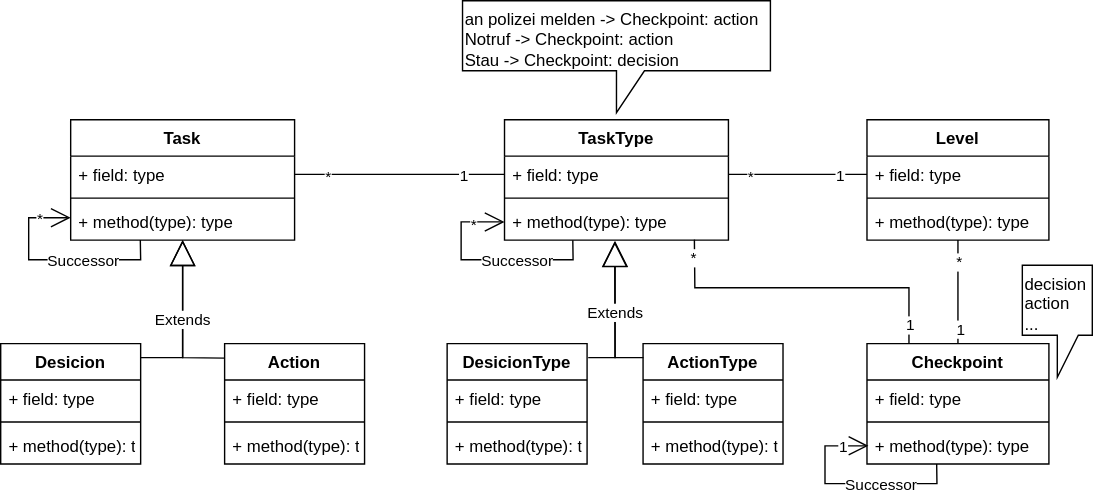
Above: doc/autonomy-uml.drawio.svg in KI-Cockpit/ai-cockpit-api (draw.io), before the change. Source tidied: cells renumbered, new cells last; positions are measured from the earlier drawing's top-left corner, leaving out a move shared by most shapes. Its diagram source:
```xml
<mxGraphModel>
  <root>
    <mxCell id="0" />
    <mxCell id="1" parent="0" />
    <mxCell id="2" value="Task" style="swimlane;fontStyle=1;align=center;verticalAlign=top;horizontal=1;startSize=26;" parent="1" vertex="1">
      <mxGeometry x="50" y="85" width="160" height="86" as="geometry" />
    </mxCell>
    <mxCell id="3" value="+ field: type" style="text;strokeColor=none;fillColor=none;align=left;verticalAlign=top;spacingLeft=4;spacingRight=4;overflow=hidden;points=[[0,0.5],[1,0.5]];portConstraint=eastwest;" parent="2" vertex="1">
      <mxGeometry y="26" width="160" height="26" as="geometry" />
    </mxCell>
    <mxCell id="4" style="line;strokeWidth=1;fillColor=none;align=left;verticalAlign=middle;spacingTop=-1;spacingLeft=3;spacingRight=3;labelPosition=right;strokeColor=inherit;" parent="2" vertex="1">
      <mxGeometry y="52" width="160" height="8" as="geometry" />
    </mxCell>
    <mxCell id="5" value="+ method(type): type" style="text;strokeColor=none;fillColor=none;align=left;verticalAlign=top;spacingLeft=4;spacingRight=4;overflow=hidden;points=[[0,0.5],[1,0.5]];portConstraint=eastwest;" parent="2" vertex="1">
      <mxGeometry y="60" width="160" height="26" as="geometry" />
    </mxCell>
    <mxCell id="6" style="endArrow=open;endFill=1;endSize=12;html=1;rounded=0;exitX=0.311;exitY=0.999;exitDx=0;exitDy=0;exitPerimeter=0;" parent="2" edge="1" source="5">
      <mxGeometry relative="1" as="geometry">
        <mxPoint y="70" as="targetPoint" />
        <Array as="points">
          <mxPoint x="50" y="100" />
          <mxPoint x="-30" y="100" />
          <mxPoint x="-30" y="70" />
        </Array>
      </mxGeometry>
    </mxCell>
    <mxCell id="7" value="Successor" style="edgeLabel;html=1;align=center;verticalAlign=middle;" parent="6" vertex="1">
      <mxGeometry x="-0.16" relative="1" as="geometry">
        <mxPoint x="8" as="offset" />
      </mxGeometry>
    </mxCell>
    <mxCell id="8" value="*" style="edgeLabel;html=1;align=center;verticalAlign=middle;fontColor=#000000;" parent="6" vertex="1">
      <mxGeometry x="0.71" relative="1" as="geometry" />
    </mxCell>
    <mxCell id="9" value="TaskType" style="swimlane;fontStyle=1;align=center;verticalAlign=top;horizontal=1;startSize=26;" parent="1" vertex="1">
      <mxGeometry x="360" y="85" width="160" height="86" as="geometry" />
    </mxCell>
    <mxCell id="10" value="+ field: type" style="text;strokeColor=none;fillColor=none;align=left;verticalAlign=top;spacingLeft=4;spacingRight=4;overflow=hidden;points=[[0,0.5],[1,0.5]];portConstraint=eastwest;" parent="9" vertex="1">
      <mxGeometry y="26" width="160" height="26" as="geometry" />
    </mxCell>
    <mxCell id="11" style="line;strokeWidth=1;fillColor=none;align=left;verticalAlign=middle;spacingTop=-1;spacingLeft=3;spacingRight=3;labelPosition=right;strokeColor=inherit;" parent="9" vertex="1">
      <mxGeometry y="52" width="160" height="8" as="geometry" />
    </mxCell>
    <mxCell id="12" value="+ method(type): type" style="text;strokeColor=none;fillColor=none;align=left;verticalAlign=top;spacingLeft=4;spacingRight=4;overflow=hidden;points=[[0,0.5],[1,0.5]];portConstraint=eastwest;" parent="9" vertex="1">
      <mxGeometry y="60" width="160" height="26" as="geometry" />
    </mxCell>
    <mxCell id="13" style="endArrow=open;endFill=1;endSize=12;html=1;rounded=0;entryX=0;entryY=0.5;entryDx=0;entryDy=0;exitX=0.305;exitY=1.001;exitDx=0;exitDy=0;exitPerimeter=0;" parent="9" edge="1" source="12" target="12">
      <mxGeometry relative="1" as="geometry">
        <Array as="points">
          <mxPoint x="49" y="100" />
          <mxPoint x="-31" y="100" />
          <mxPoint x="-31" y="73" />
        </Array>
      </mxGeometry>
    </mxCell>
    <mxCell id="14" value="Successor" style="edgeLabel;html=1;align=center;verticalAlign=middle;" parent="13" vertex="1">
      <mxGeometry x="-0.09" relative="1" as="geometry">
        <mxPoint x="15" as="offset" />
      </mxGeometry>
    </mxCell>
    <mxCell id="15" value="&lt;font color=&quot;#000000&quot;&gt;*&lt;/font&gt;" style="edgeLabel;html=1;align=center;verticalAlign=middle;fontColor=#FF0000;" parent="13" vertex="1">
      <mxGeometry x="0.7" y="-1" relative="1" as="geometry" />
    </mxCell>
    <mxCell id="16" value="Level" style="swimlane;fontStyle=1;align=center;verticalAlign=top;horizontal=1;startSize=26;" parent="1" vertex="1">
      <mxGeometry x="619" y="85" width="130" height="86" as="geometry" />
    </mxCell>
    <mxCell id="17" value="+ field: type" style="text;strokeColor=none;fillColor=none;align=left;verticalAlign=top;spacingLeft=4;spacingRight=4;overflow=hidden;points=[[0,0.5],[1,0.5]];portConstraint=eastwest;" parent="16" vertex="1">
      <mxGeometry y="26" width="130" height="26" as="geometry" />
    </mxCell>
    <mxCell id="18" style="line;strokeWidth=1;fillColor=none;align=left;verticalAlign=middle;spacingTop=-1;spacingLeft=3;spacingRight=3;labelPosition=right;strokeColor=inherit;" parent="16" vertex="1">
      <mxGeometry y="52" width="130" height="8" as="geometry" />
    </mxCell>
    <mxCell id="19" value="+ method(type): type" style="text;strokeColor=none;fillColor=none;align=left;verticalAlign=top;spacingLeft=4;spacingRight=4;overflow=hidden;points=[[0,0.5],[1,0.5]];portConstraint=eastwest;" parent="16" vertex="1">
      <mxGeometry y="60" width="130" height="26" as="geometry" />
    </mxCell>
    <mxCell id="20" value="Checkpoint" style="swimlane;fontStyle=1;align=center;verticalAlign=top;horizontal=1;startSize=26;" parent="1" vertex="1">
      <mxGeometry x="619" y="245" width="130" height="86" as="geometry" />
    </mxCell>
    <mxCell id="21" value="+ field: type" style="text;strokeColor=none;fillColor=none;align=left;verticalAlign=top;spacingLeft=4;spacingRight=4;overflow=hidden;" parent="20" vertex="1">
      <mxGeometry y="26" width="130" height="26" as="geometry" />
    </mxCell>
    <mxCell id="22" style="line;strokeWidth=1;fillColor=none;align=left;verticalAlign=middle;spacingTop=-1;spacingLeft=3;spacingRight=3;labelPosition=right;strokeColor=inherit;" parent="20" vertex="1">
      <mxGeometry y="52" width="130" height="8" as="geometry" />
    </mxCell>
    <mxCell id="23" value="+ method(type): type" style="text;strokeColor=none;fillColor=none;align=left;verticalAlign=top;spacingLeft=4;spacingRight=4;overflow=hidden;" parent="20" vertex="1">
      <mxGeometry y="60" width="130" height="26" as="geometry" />
    </mxCell>
    <mxCell id="24" value="Desicion" style="swimlane;fontStyle=1;align=center;verticalAlign=top;horizontal=1;startSize=26;" parent="1" vertex="1">
      <mxGeometry y="245" width="100" height="86" as="geometry" />
    </mxCell>
    <mxCell id="25" value="+ field: type" style="text;strokeColor=none;fillColor=none;align=left;verticalAlign=top;spacingLeft=4;spacingRight=4;overflow=hidden;" parent="24" vertex="1">
      <mxGeometry y="26" width="100" height="26" as="geometry" />
    </mxCell>
    <mxCell id="26" style="line;strokeWidth=1;fillColor=none;align=left;verticalAlign=middle;spacingTop=-1;spacingLeft=3;spacingRight=3;labelPosition=right;strokeColor=inherit;" parent="24" vertex="1">
      <mxGeometry y="52" width="100" height="8" as="geometry" />
    </mxCell>
    <mxCell id="27" value="+ method(type): type" style="text;strokeColor=none;fillColor=none;align=left;verticalAlign=top;spacingLeft=4;spacingRight=4;overflow=hidden;" parent="24" vertex="1">
      <mxGeometry y="60" width="100" height="26" as="geometry" />
    </mxCell>
    <mxCell id="28" value="DesicionType" style="swimlane;fontStyle=1;align=center;verticalAlign=top;horizontal=1;startSize=26;" parent="1" vertex="1">
      <mxGeometry x="319" y="245" width="100" height="86" as="geometry" />
    </mxCell>
    <mxCell id="29" value="+ field: type" style="text;strokeColor=none;fillColor=none;align=left;verticalAlign=top;spacingLeft=4;spacingRight=4;overflow=hidden;" parent="28" vertex="1">
      <mxGeometry y="26" width="100" height="26" as="geometry" />
    </mxCell>
    <mxCell id="30" style="line;strokeWidth=1;fillColor=none;align=left;verticalAlign=middle;spacingTop=-1;spacingLeft=3;spacingRight=3;labelPosition=right;strokeColor=inherit;" parent="28" vertex="1">
      <mxGeometry y="52" width="100" height="8" as="geometry" />
    </mxCell>
    <mxCell id="31" value="+ method(type): type" style="text;strokeColor=none;fillColor=none;align=left;verticalAlign=top;spacingLeft=4;spacingRight=4;overflow=hidden;" parent="28" vertex="1">
      <mxGeometry y="60" width="100" height="26" as="geometry" />
    </mxCell>
    <mxCell id="32" value="ActionType" style="swimlane;fontStyle=1;align=center;verticalAlign=top;horizontal=1;startSize=26;" parent="1" vertex="1">
      <mxGeometry x="459" y="245" width="100" height="86" as="geometry" />
    </mxCell>
    <mxCell id="33" value="+ field: type" style="text;strokeColor=none;fillColor=none;align=left;verticalAlign=top;spacingLeft=4;spacingRight=4;overflow=hidden;" parent="32" vertex="1">
      <mxGeometry y="26" width="100" height="26" as="geometry" />
    </mxCell>
    <mxCell id="34" style="line;strokeWidth=1;fillColor=none;align=left;verticalAlign=middle;spacingTop=-1;spacingLeft=3;spacingRight=3;labelPosition=right;strokeColor=inherit;" parent="32" vertex="1">
      <mxGeometry y="52" width="100" height="8" as="geometry" />
    </mxCell>
    <mxCell id="35" value="+ method(type): type" style="text;strokeColor=none;fillColor=none;align=left;verticalAlign=top;spacingLeft=4;spacingRight=4;overflow=hidden;" parent="32" vertex="1">
      <mxGeometry y="60" width="100" height="26" as="geometry" />
    </mxCell>
    <mxCell id="36" value="Action" style="swimlane;fontStyle=1;align=center;verticalAlign=top;horizontal=1;startSize=26;" parent="1" vertex="1">
      <mxGeometry x="160" y="245" width="100" height="86" as="geometry" />
    </mxCell>
    <mxCell id="37" value="+ field: type" style="text;strokeColor=none;fillColor=none;align=left;verticalAlign=top;spacingLeft=4;spacingRight=4;overflow=hidden;" parent="36" vertex="1">
      <mxGeometry y="26" width="100" height="26" as="geometry" />
    </mxCell>
    <mxCell id="38" style="line;strokeWidth=1;fillColor=none;align=left;verticalAlign=middle;spacingTop=-1;spacingLeft=3;spacingRight=3;labelPosition=right;strokeColor=inherit;" parent="36" vertex="1">
      <mxGeometry y="52" width="100" height="8" as="geometry" />
    </mxCell>
    <mxCell id="39" value="+ method(type): type" style="text;strokeColor=none;fillColor=none;align=left;verticalAlign=top;spacingLeft=4;spacingRight=4;overflow=hidden;" parent="36" vertex="1">
      <mxGeometry y="60" width="100" height="26" as="geometry" />
    </mxCell>
    <mxCell id="40" value="Extends" style="endArrow=block;endSize=16;endFill=0;html=1;exitX=1;exitY=0.116;exitDx=0;exitDy=0;exitPerimeter=0;rounded=0;" parent="1" edge="1" source="24" target="5">
      <mxGeometry relative="1" as="geometry">
        <Array as="points">
          <mxPoint x="130" y="255" />
        </Array>
      </mxGeometry>
    </mxCell>
    <mxCell id="41" value="Extends" style="endArrow=block;endSize=16;endFill=0;html=1;rounded=0;exitX=0.003;exitY=0.12;exitDx=0;exitDy=0;exitPerimeter=0;" parent="1" edge="1" source="36" target="5">
      <mxGeometry relative="1" as="geometry">
        <Array as="points">
          <mxPoint x="130" y="255" />
        </Array>
      </mxGeometry>
    </mxCell>
    <mxCell id="42" value="Extends" style="endArrow=block;endSize=16;endFill=0;html=1;rounded=0;exitX=1.008;exitY=0.116;exitDx=0;exitDy=0;exitPerimeter=0;entryX=0.494;entryY=1.026;entryDx=0;entryDy=0;entryPerimeter=0;" parent="1" edge="1" source="28" target="12">
      <mxGeometry relative="1" as="geometry">
        <Array as="points">
          <mxPoint x="439" y="255" />
        </Array>
      </mxGeometry>
    </mxCell>
    <mxCell id="43" value="Extends" style="endArrow=block;endSize=16;endFill=0;html=1;rounded=0;exitX=0.003;exitY=0.116;exitDx=0;exitDy=0;exitPerimeter=0;entryX=0.492;entryY=1.032;entryDx=0;entryDy=0;entryPerimeter=0;" parent="1" edge="1" source="32" target="12">
      <mxGeometry relative="1" as="geometry">
        <Array as="points">
          <mxPoint x="439" y="255" />
        </Array>
      </mxGeometry>
    </mxCell>
    <mxCell id="44" style="endArrow=none;endFill=0;endSize=12;html=1;rounded=0;entryX=1;entryY=0.5;entryDx=0;entryDy=0;strokeWidth=1;" parent="1" edge="1" source="17" target="10">
      <mxGeometry relative="1" as="geometry" />
    </mxCell>
    <mxCell id="45" value="1" style="edgeLabel;html=1;align=center;verticalAlign=middle;" parent="44" vertex="1">
      <mxGeometry x="-0.6" relative="1" as="geometry" />
    </mxCell>
    <mxCell id="46" value="*" style="edgeLabel;html=1;align=center;verticalAlign=middle;" parent="44" vertex="1">
      <mxGeometry x="0.69" y="1" relative="1" as="geometry" />
    </mxCell>
    <mxCell id="47" style="endArrow=none;endFill=0;endSize=12;html=1;rounded=0;entryX=0.5;entryY=0;entryDx=0;entryDy=0;strokeWidth=1;" parent="1" edge="1" source="19" target="20">
      <mxGeometry relative="1" as="geometry" />
    </mxCell>
    <mxCell id="48" value="*" style="edgeLabel;html=1;align=center;verticalAlign=middle;" parent="47" vertex="1">
      <mxGeometry x="-0.6" relative="1" as="geometry" />
    </mxCell>
    <mxCell id="49" value="1" style="edgeLabel;html=1;align=center;verticalAlign=middle;" parent="47" vertex="1">
      <mxGeometry x="0.69" y="1" relative="1" as="geometry" />
    </mxCell>
    <mxCell id="50" style="endArrow=none;endFill=0;endSize=12;html=1;rounded=0;entryX=1;entryY=0.5;entryDx=0;entryDy=0;strokeWidth=1;exitX=0;exitY=0.5;exitDx=0;exitDy=0;" parent="1" edge="1" source="10" target="3">
      <mxGeometry relative="1" as="geometry" />
    </mxCell>
    <mxCell id="51" value="1" style="edgeLabel;html=1;align=center;verticalAlign=middle;" parent="50" vertex="1">
      <mxGeometry x="-0.6" relative="1" as="geometry" />
    </mxCell>
    <mxCell id="52" value="*" style="edgeLabel;html=1;align=center;verticalAlign=middle;" parent="50" vertex="1">
      <mxGeometry x="0.69" y="1" relative="1" as="geometry" />
    </mxCell>
    <mxCell id="53" style="endArrow=none;endFill=0;endSize=12;html=1;rounded=0;entryX=0.848;entryY=0.987;entryDx=0;entryDy=0;strokeWidth=1;strokeColor=#000000;fontColor=#000000;entryPerimeter=0;" parent="1" edge="1" target="12">
      <mxGeometry relative="1" as="geometry">
        <mxPoint x="649" y="245" as="sourcePoint" />
        <Array as="points">
          <mxPoint x="649" y="205" />
          <mxPoint x="496" y="205" />
        </Array>
      </mxGeometry>
    </mxCell>
    <mxCell id="54" value="*" style="edgeLabel;html=1;align=center;verticalAlign=middle;fontColor=#000000;" parent="53" vertex="1">
      <mxGeometry x="0.69" y="1" relative="1" as="geometry">
        <mxPoint x="-1" y="-22" as="offset" />
      </mxGeometry>
    </mxCell>
    <mxCell id="55" value="1" style="edgeLabel;html=1;align=center;verticalAlign=middle;fontColor=#000000;" parent="53" vertex="1">
      <mxGeometry x="-0.88" relative="1" as="geometry" />
    </mxCell>
    <mxCell id="56" style="endArrow=open;endFill=1;endSize=12;html=1;rounded=0;entryX=0;entryY=0.5;entryDx=0;entryDy=0;exitX=0.305;exitY=1.001;exitDx=0;exitDy=0;exitPerimeter=0;fontColor=#FF0000;strokeColor=#000000;" parent="1" edge="1">
      <mxGeometry relative="1" as="geometry">
        <mxPoint x="668.8" y="331" as="sourcePoint" />
        <mxPoint x="620" y="318" as="targetPoint" />
        <Array as="points">
          <mxPoint x="669" y="345" />
          <mxPoint x="589" y="345" />
          <mxPoint x="589" y="318" />
        </Array>
      </mxGeometry>
    </mxCell>
    <mxCell id="57" value="Successor" style="edgeLabel;html=1;align=center;verticalAlign=middle;fontColor=#000000;" parent="56" vertex="1">
      <mxGeometry x="-0.09" relative="1" as="geometry">
        <mxPoint x="15" as="offset" />
      </mxGeometry>
    </mxCell>
    <mxCell id="58" value="1" style="edgeLabel;html=1;align=center;verticalAlign=middle;fontColor=#000000;" parent="56" vertex="1">
      <mxGeometry x="0.72" y="-1" relative="1" as="geometry">
        <mxPoint x="2" y="-1" as="offset" />
      </mxGeometry>
    </mxCell>
    <mxCell id="59" value="an polizei melden -&amp;gt; Checkpoint: action&lt;br&gt;Notruf -&amp;gt; Checkpoint: action&lt;br&gt;Stau -&amp;gt; Checkpoint: decision" style="shape=callout;whiteSpace=wrap;html=1;perimeter=calloutPerimeter;fontColor=#000000;align=left;verticalAlign=top;" parent="1" vertex="1">
      <mxGeometry x="330" width="220" height="80" as="geometry" />
    </mxCell>
    <mxCell id="60" value="decision&lt;br&gt;action&lt;br&gt;..." style="shape=callout;whiteSpace=wrap;html=1;perimeter=calloutPerimeter;fontColor=#000000;align=left;verticalAlign=top;base=15;" parent="1" vertex="1">
      <mxGeometry x="730" y="189" width="50" height="80" as="geometry" />
    </mxCell>
  </root>
</mxGraphModel>
```
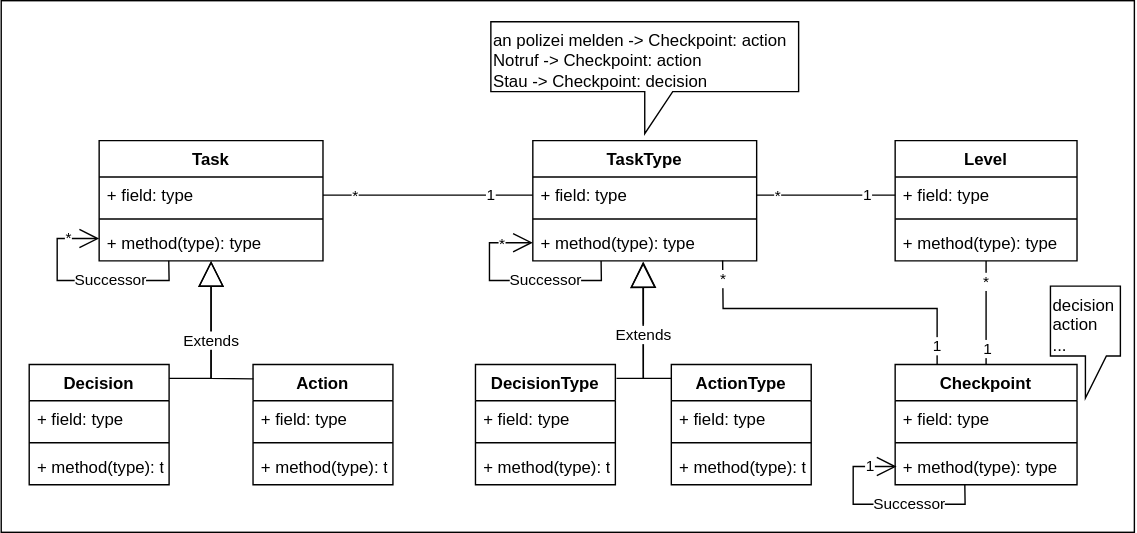
Above is the later version.

Change to the diagram source:
```diff
@@ -1,6 +1,10 @@
 <mxGraphModel>
   <root>
     <mxCell id="0" />
+    <mxCell id="61" value="Unbenannte Ebene" parent="0" />
+    <mxCell id="62" style="rounded=0;whiteSpace=wrap;html=1;" parent="61" vertex="1">
+      <mxGeometry x="-20" y="-15" width="810" height="380" as="geometry" />
+    </mxCell>
     <mxCell id="1" parent="0" />
     <mxCell id="2" value="Task" style="swimlane;fontStyle=1;align=center;verticalAlign=top;horizontal=1;startSize=26;" parent="1" vertex="1">
       <mxGeometry x="50" y="85" width="160" height="86" as="geometry" />
@@ -85,7 +89,7 @@
     <mxCell id="23" value="+ method(type): type" style="text;strokeColor=none;fillColor=none;align=left;verticalAlign=top;spacingLeft=4;spacingRight=4;overflow=hidden;" parent="20" vertex="1">
       <mxGeometry y="60" width="130" height="26" as="geometry" />
     </mxCell>
-    <mxCell id="24" value="Desicion" style="swimlane;fontStyle=1;align=center;verticalAlign=top;horizontal=1;startSize=26;" parent="1" vertex="1">
+    <mxCell id="24" value="Decision" style="swimlane;fontStyle=1;align=center;verticalAlign=top;horizontal=1;startSize=26;" parent="1" vertex="1">
       <mxGeometry y="245" width="100" height="86" as="geometry" />
     </mxCell>
     <mxCell id="25" value="+ field: type" style="text;strokeColor=none;fillColor=none;align=left;verticalAlign=top;spacingLeft=4;spacingRight=4;overflow=hidden;" parent="24" vertex="1">
@@ -97,7 +101,7 @@
     <mxCell id="27" value="+ method(type): type" style="text;strokeColor=none;fillColor=none;align=left;verticalAlign=top;spacingLeft=4;spacingRight=4;overflow=hidden;" parent="24" vertex="1">
       <mxGeometry y="60" width="100" height="26" as="geometry" />
     </mxCell>
-    <mxCell id="28" value="DesicionType" style="swimlane;fontStyle=1;align=center;verticalAlign=top;horizontal=1;startSize=26;" parent="1" vertex="1">
+    <mxCell id="28" value="DecisionType" style="swimlane;fontStyle=1;align=center;verticalAlign=top;horizontal=1;startSize=26;" parent="1" vertex="1">
       <mxGeometry x="319" y="245" width="100" height="86" as="geometry" />
     </mxCell>
     <mxCell id="29" value="+ field: type" style="text;strokeColor=none;fillColor=none;align=left;verticalAlign=top;spacingLeft=4;spacingRight=4;overflow=hidden;" parent="28" vertex="1">
```
